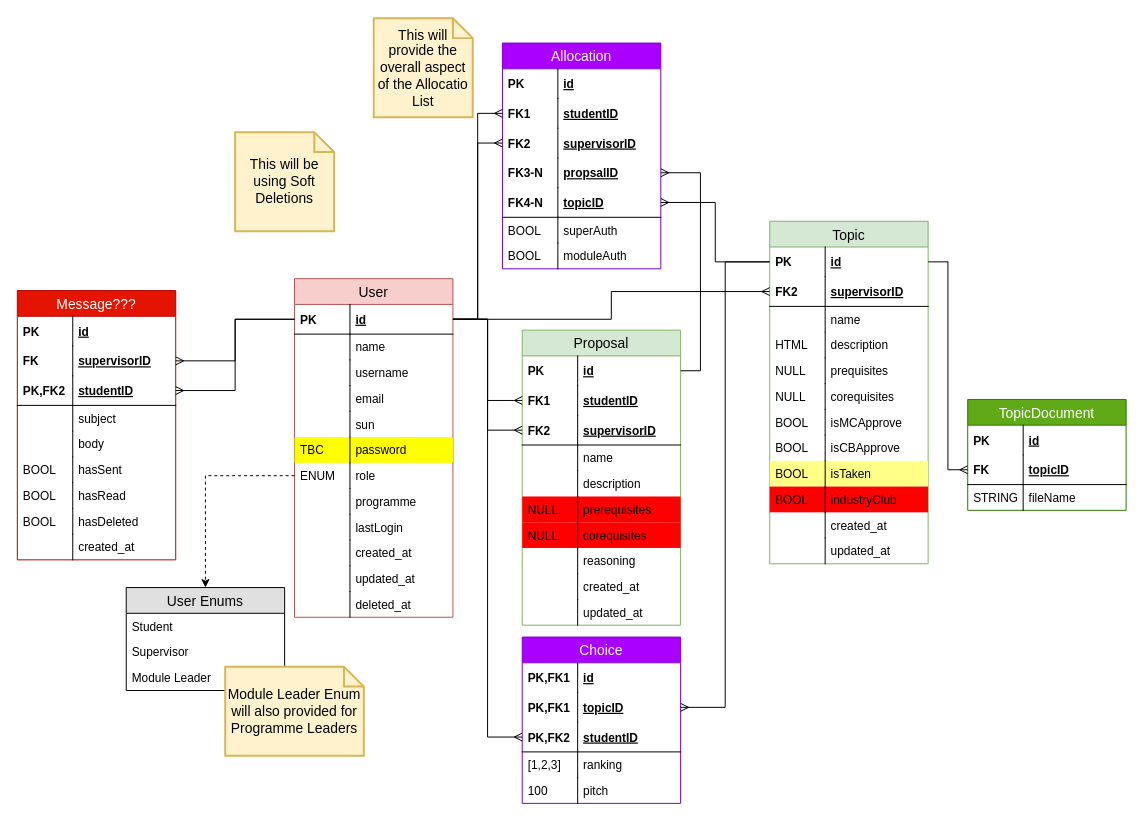
Earlier version of the draw.io diagram DB Diagram.drawio (kkgm13/fypallocsys). Source tidied: cells renumbered, new cells numbered last; positions are measured from the earlier drawing's top-left corner, leaving out a move shared by most shapes. Both pictures are drawn from the tidied source at 99%, with x=0, y=0 at pixel (17, 18).
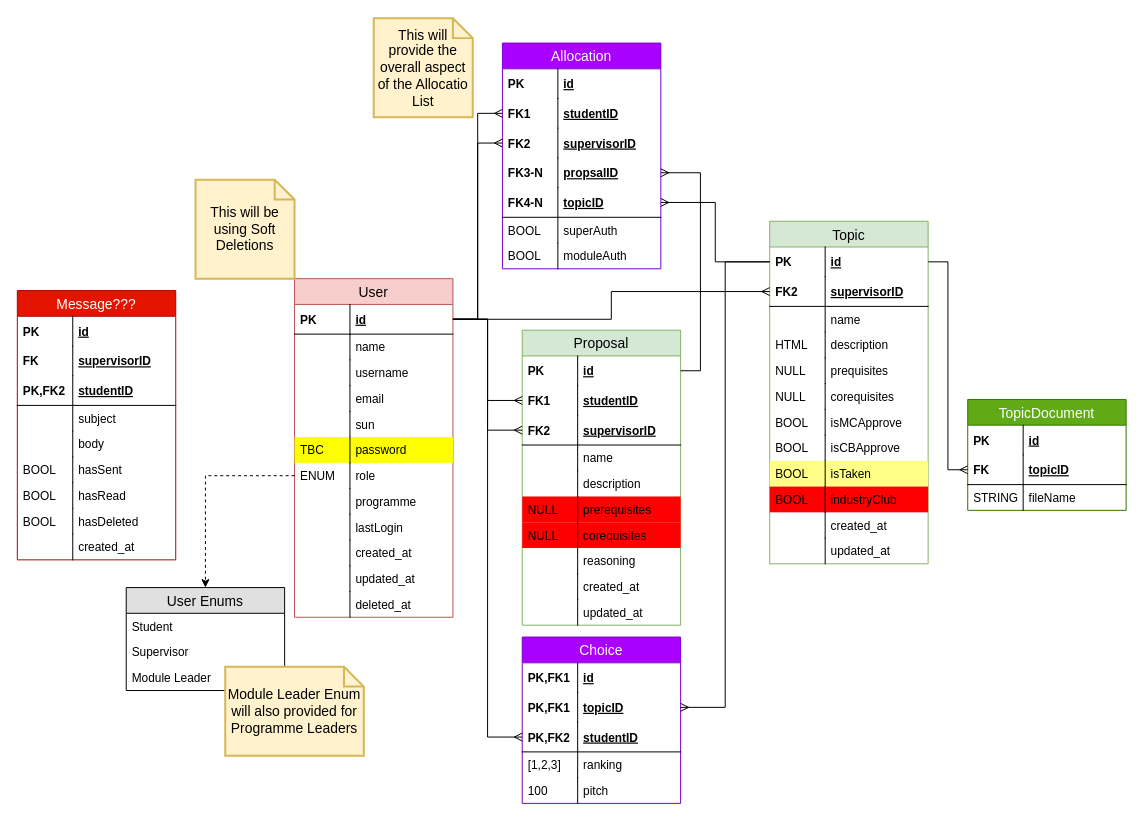
The same page after the edit.

Unchanged cells that the change refers to:
```xml
<mxCell id="3" value="id" style="shape=partialRectangle;top=0;left=0;right=0;bottom=1;align=left;verticalAlign=middle;fillColor=none;spacingLeft=60;spacingRight=4;overflow=hidden;points=[[0,0.5],[1,0.5]];portConstraint=eastwest;fontStyle=5;fontSize=12;" parent="2" vertex="1">
  <mxGeometry y="26" width="160" height="30" as="geometry" />
</mxCell>
<mxCell id="96" value="supervisorID" style="shape=partialRectangle;top=0;left=0;right=0;bottom=0;align=left;verticalAlign=middle;fillColor=none;spacingLeft=60;spacingRight=4;overflow=hidden;points=[[0,0.5],[1,0.5]];portConstraint=eastwest;fontStyle=5;fontSize=12;" parent="93" vertex="1">
  <mxGeometry y="56" width="160" height="30" as="geometry" />
</mxCell>
<mxCell id="98" value="studentID" style="shape=partialRectangle;top=0;left=0;right=0;bottom=1;align=left;verticalAlign=middle;fillColor=none;spacingLeft=60;spacingRight=4;overflow=hidden;points=[[0,0.5],[1,0.5]];portConstraint=eastwest;fontStyle=5;fontSize=12;" parent="93" vertex="1">
  <mxGeometry y="86" width="160" height="30" as="geometry" />
</mxCell>
```

Diff of the diagram source:
```diff
@@
     <mxCell id="117" value="This will be using Soft Deletions" style="shape=note;strokeWidth=2;fontSize=14;size=20;whiteSpace=wrap;html=1;fillColor=#fff2cc;strokeColor=#d6b656;" parent="1" vertex="1">
-      <mxGeometry x="220" y="115" width="100" height="100" as="geometry" />
+      <mxGeometry x="180" y="163" width="100" height="100" as="geometry" />
     </mxCell>
@@
-    <mxCell id="127" style="edgeStyle=orthogonalEdgeStyle;rounded=0;jettySize=auto;html=1;exitX=0;exitY=0.5;exitDx=0;exitDy=0;entryX=1;entryY=0.5;entryDx=0;entryDy=0;endArrow=ERmany;endFill=0;" parent="1" edge="1" source="3" target="96">
-      <mxGeometry relative="1" as="geometry" />
-    </mxCell>
-    <mxCell id="128" style="edgeStyle=orthogonalEdgeStyle;rounded=0;jettySize=auto;html=1;exitX=0;exitY=0.5;exitDx=0;exitDy=0;entryX=1;entryY=0.5;entryDx=0;entryDy=0;endArrow=ERmany;endFill=0;" parent="1" edge="1" source="3" target="98">
-      <mxGeometry relative="1" as="geometry" />
-    </mxCell>
```
